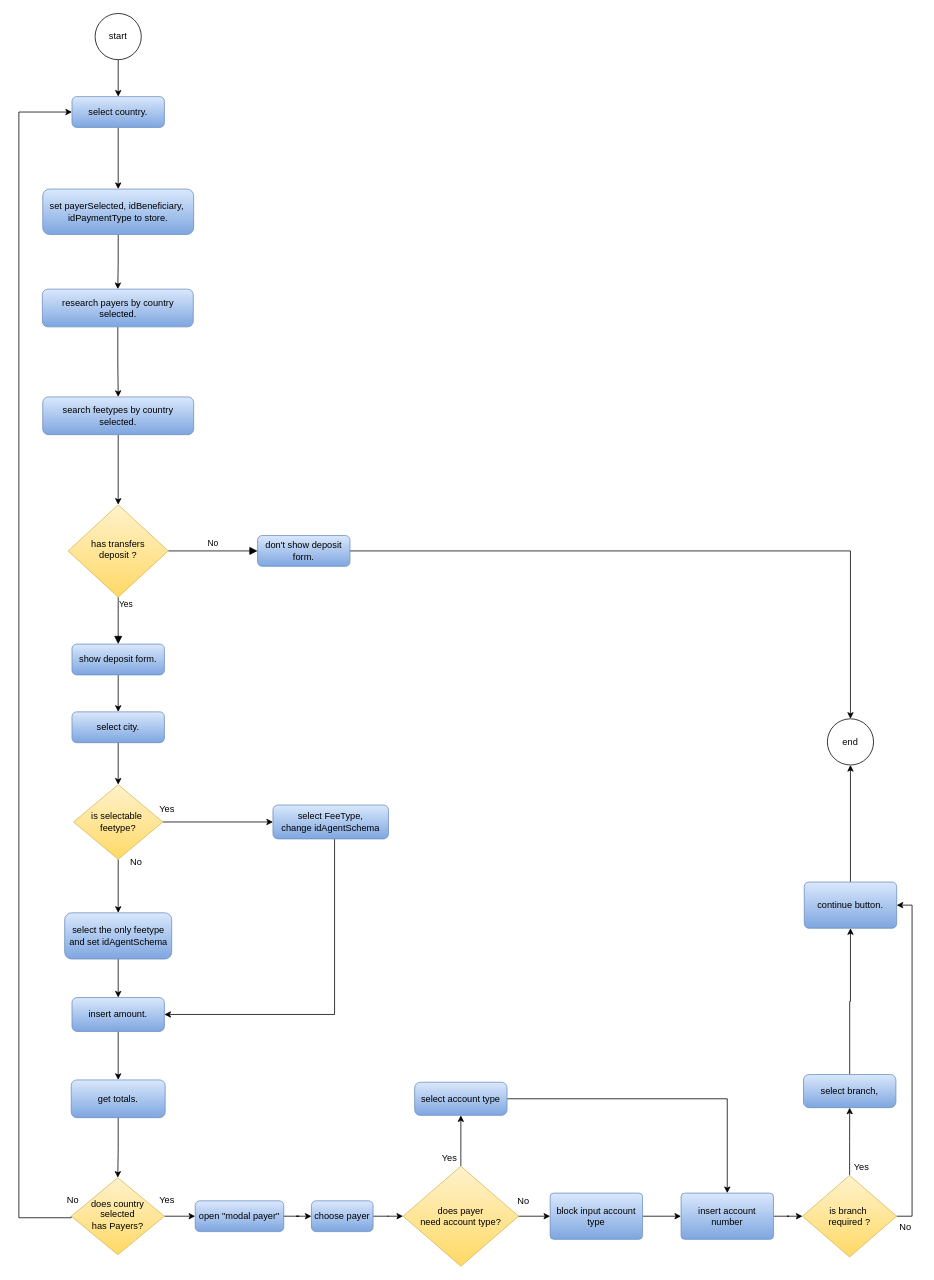
Eduardomaxillc/Eduardomaxillc keeps this draw.io diagram as flujoDeposito.drawio. Above is the earlier version. Source tidied: cells renumbered, new cells numbered last; positions are measured from the earlier drawing's top-left corner, leaving out a move shared by most shapes. Both pictures are drawn from the tidied source at 77%, with x=0, y=0 at pixel (18, 13).
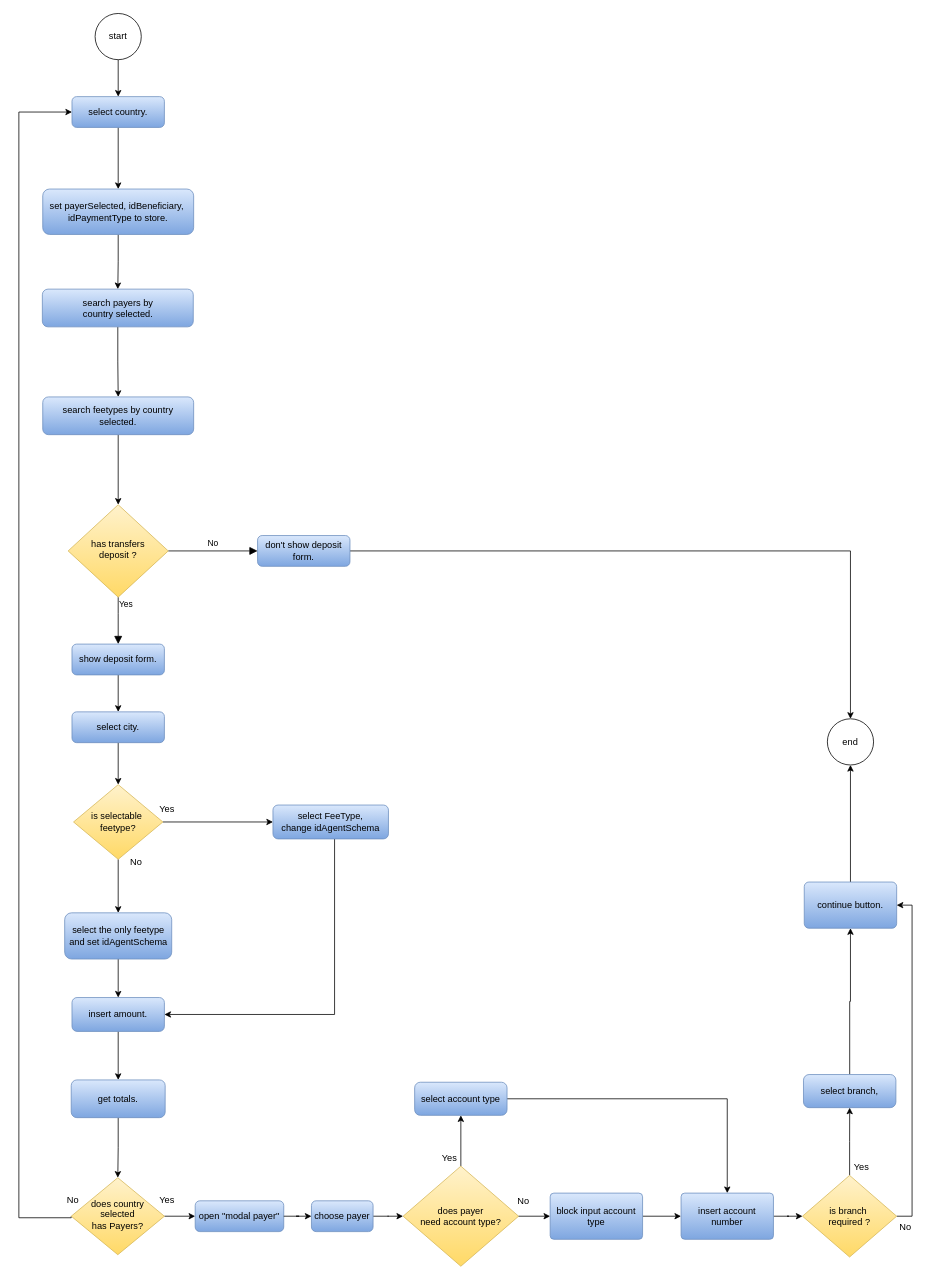
After the change.

Change to the diagram source:
```diff
@@
-    <mxCell id="39" value="&lt;span style=&quot;background-color: initial;&quot;&gt;research payers by country selected.&lt;br&gt;&lt;/span&gt;" style="rounded=1;whiteSpace=wrap;html=1;fontSize=12;glass=0;strokeWidth=1;shadow=0;fillColor=#dae8fc;gradientColor=#7ea6e0;strokeColor=#6c8ebf;" parent="1" vertex="1">
+    <mxCell id="39" value="&lt;span style=&quot;background-color: initial;&quot;&gt;search payers by &lt;br&gt;country selected.&lt;br&gt;&lt;/span&gt;" style="rounded=1;whiteSpace=wrap;html=1;fontSize=12;glass=0;strokeWidth=1;shadow=0;fillColor=#dae8fc;gradientColor=#7ea6e0;strokeColor=#6c8ebf;" parent="1" vertex="1">
       <mxGeometry x="30.5" y="358" width="196" height="49" as="geometry" />
     </mxCell>
```
